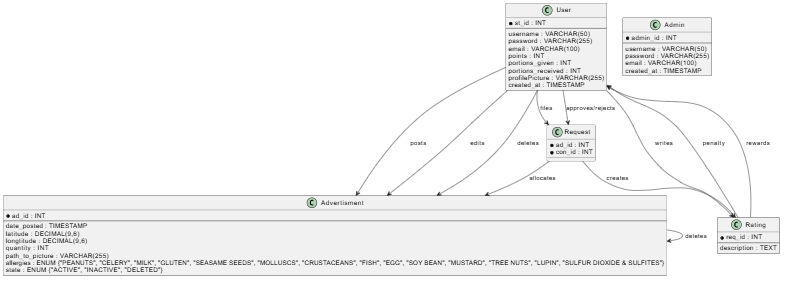
Before: unibite/database/ER/ER.png, a diagram exported from PlantUML (avrapavlos/UniBite). Its source is kept beside it as unibite/database/ER/ER.puml.
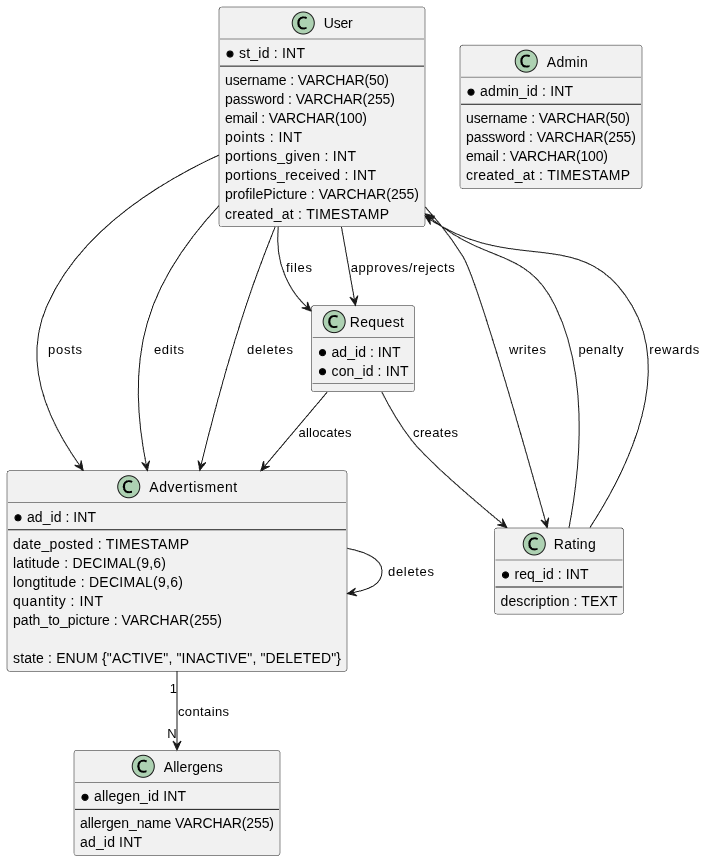
After the commit.

Diff of the diagram source:
```diff
@@ -20,7 +20,6 @@
     longtitude : DECIMAL(9,6)
     quantity : INT
     path_to_picture : VARCHAR(255)
-    allergies : ENUM {"PEANUTS", "CELERY", "MILK", "GLUTEN", "SEASAME SEEDS", "MOLLUSCS", "CRUSTACEANS", "FISH", "EGG", "SOY BEAN", "MUSTARD", "TREE NUTS", "LUPIN", "SULFUR DIOXIDE & SULFITES"}
     state : ENUM {"ACTIVE", "INACTIVE", "DELETED"}
 }
 class Admin {
@@ -40,6 +39,12 @@
     --
     description : TEXT
 }
+class Allergens{
+    *allegen_id INT
+    --
+    allergen_name VARCHAR(255)
+    ad_id INT
+}
 
 User --> Advertisment : posts
 User --> Advertisment : edits
@@ -52,4 +57,5 @@
 User --> Rating : writes
 Rating --> User : penalty
 Rating --> User : rewards
+Advertisment "1" --> "N" Allergens : contains
 @enduml
```
